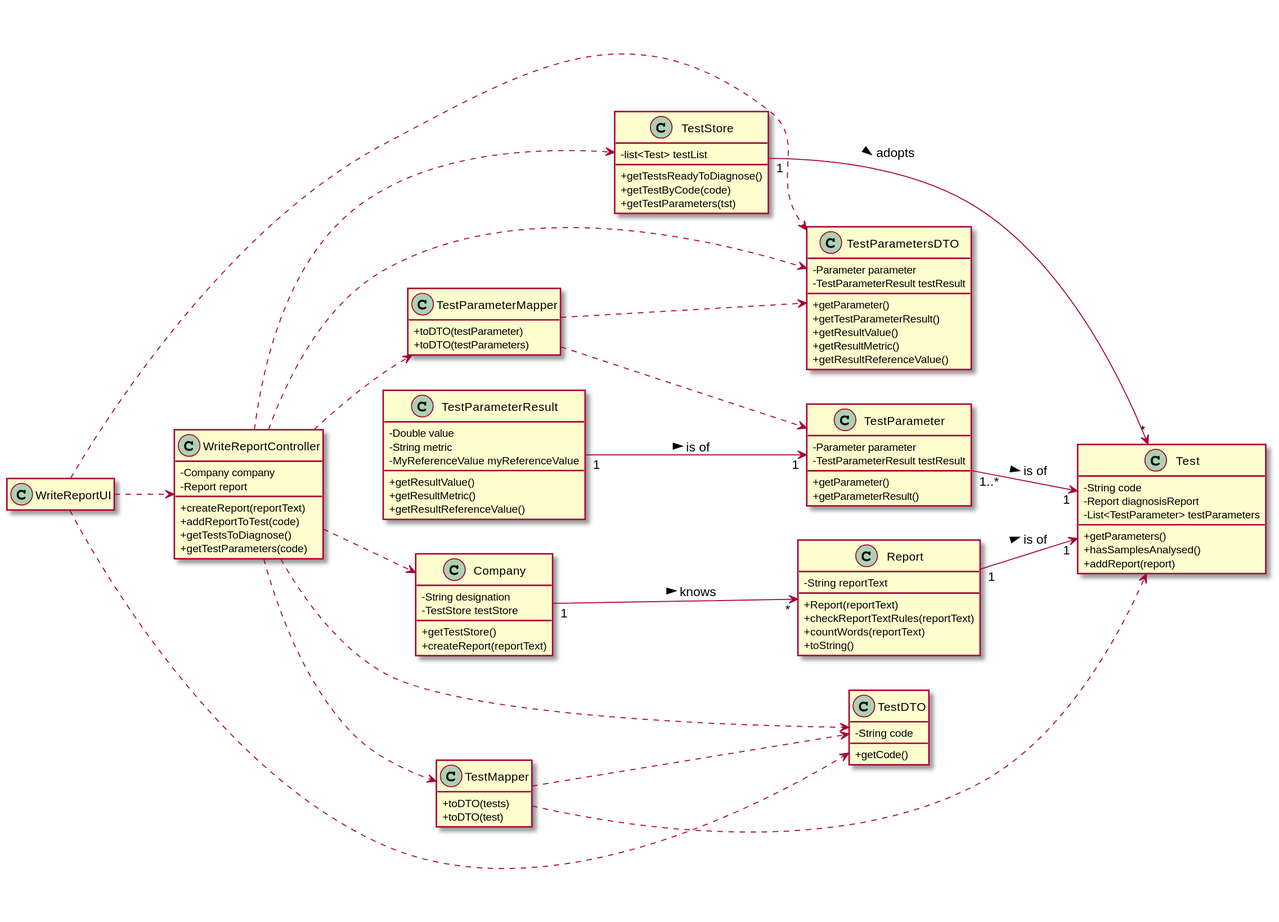
Earlier version of the PlantUML export docs/SprintD/US_14/US014_CD.svg (ana-albergaria/LAPR2-ISEP). The source it was exported from:
```plantuml
@startuml
hide empty methods
hide empty attributes
left to right direction
skinparam classAttributeIconSize 0

class Company {
    -String designation
    -TestStore testStore
    +getTestStore()
    +createReport(reportText)
}

class Report {
    - String reportText
    + Report(reportText)
    + checkReportTextRules(reportText)
    + countWords(reportText)
    + toString()
}

class Test {
    -String code
    -Report diagnosisReport
    -List<TestParameter> testParameters
    +getParameters()
    +hasSamplesAnalysed()
    +addReport(report)
}

class TestParameter {
    -Parameter parameter
    -TestParameterResult testResult
    +getParameter()
    +getParameterResult()
}

class TestParameterResult {
    -Double value
    -String metric
    -MyReferenceValue myReferenceValue
    +getResultValue()
    +getResultMetric()
    +getResultReferenceValue()
}

class TestStore {
    -list<Test> testList
    +getTestsReadyToDiagnose()
    +getTestByCode(code)
    +getTestParameters(tst)
}

class TestMapper {
    +toDTO(tests)
    +toDTO(test)
}

class TestParameterMapper {
    +toDTO(testParameter)
    +toDTO(testParameters)
}

class TestDTO {
    -String code
    +getCode()
}

class TestParametersDTO {
    -Parameter parameter
    -TestParameterResult testResult
    +getParameter()
    +getTestParameterResult()
    +getResultValue()
    +getResultMetric()
    +getResultReferenceValue()
}

class WriteReportController {
    -Company company
    -Report report
    +createReport(reportText)
    +addReportToTest(code)
    +getTestsToDiagnose()
    +getTestParameters(code)
}

class WriteReportUI {
}

WriteReportUI ..> WriteReportController
WriteReportUI ..> TestDTO
WriteReportUI ..> TestParametersDTO
WriteReportController ..> TestMapper
WriteReportController ..> TestParameterMapper
WriteReportController ..> Company
WriteReportController ..> TestStore
WriteReportController ..> TestDTO
WriteReportController ..> TestParametersDTO
TestStore "1" -> "*" Test : adopts >
Company "1" --> "*" Report : knows >
Report "1" --> "1" Test : is of >
TestParameter "1..*" --> "1" Test : is of >
TestParameterResult "1" --> "1" TestParameter : is of >
TestMapper ..> Test
TestParameterMapper ..> TestParameter
TestMapper ..> TestDTO
TestParameterMapper ..> TestParametersDTO

@enduml
```
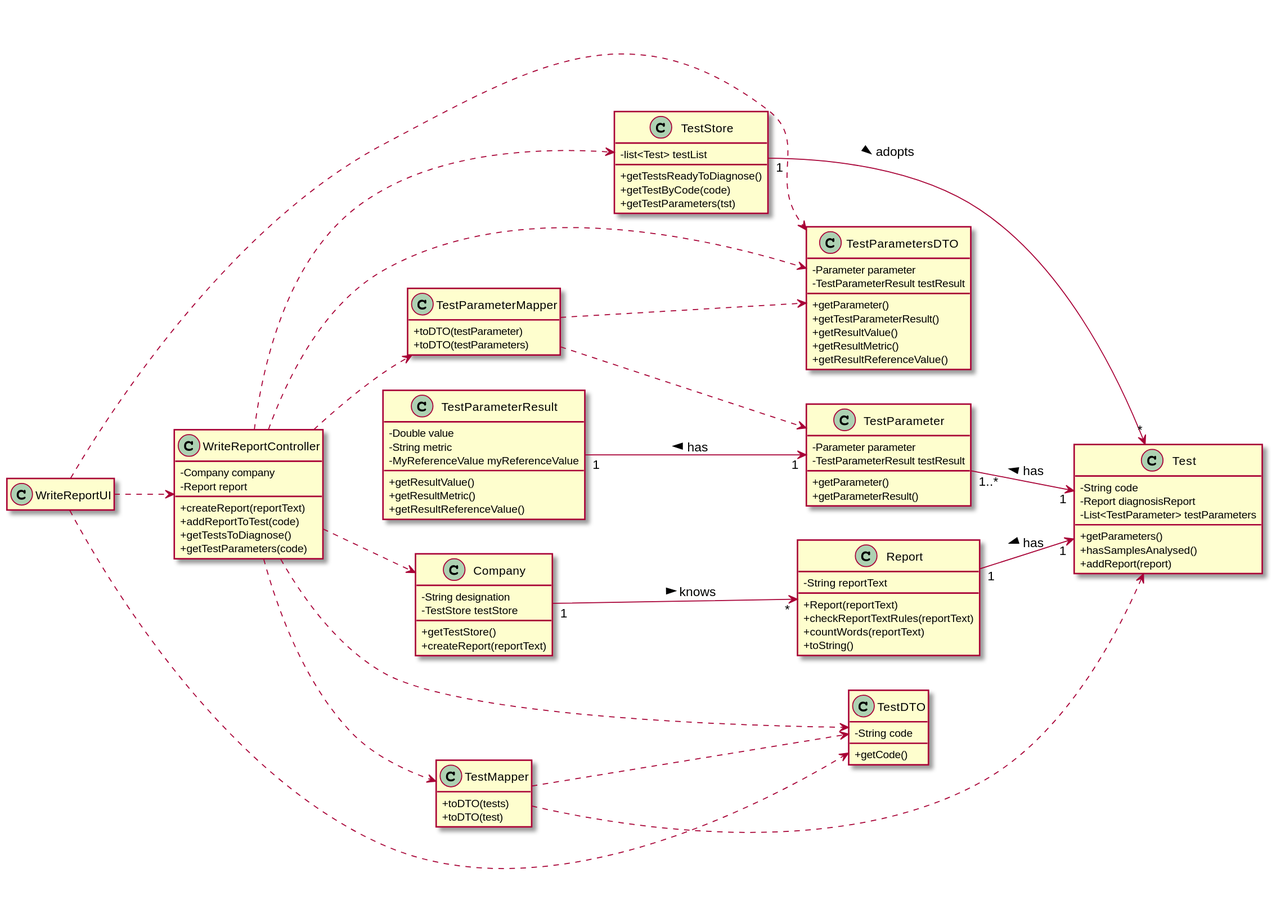
Above is the later version.

Commit message:
Corrected US14 CD, Corrected US16 SD and DM, Did US16 CD and Continued US16 Documentation.

Diff of the diagram source:
```diff
@@ -99,9 +99,9 @@
 WriteReportController ..> TestParametersDTO
 TestStore "1" -> "*" Test : adopts >
 Company "1" --> "*" Report : knows >
-Report "1" --> "1" Test : is of >
-TestParameter "1..*" --> "1" Test : is of >
-TestParameterResult "1" --> "1" TestParameter : is of >
+Report "1" --> "1" Test : has <
+TestParameter "1..*" --> "1" Test : has <
+TestParameterResult "1" --> "1" TestParameter : has <
 TestMapper ..> Test
 TestParameterMapper ..> TestParameter
 TestMapper ..> TestDTO
```
